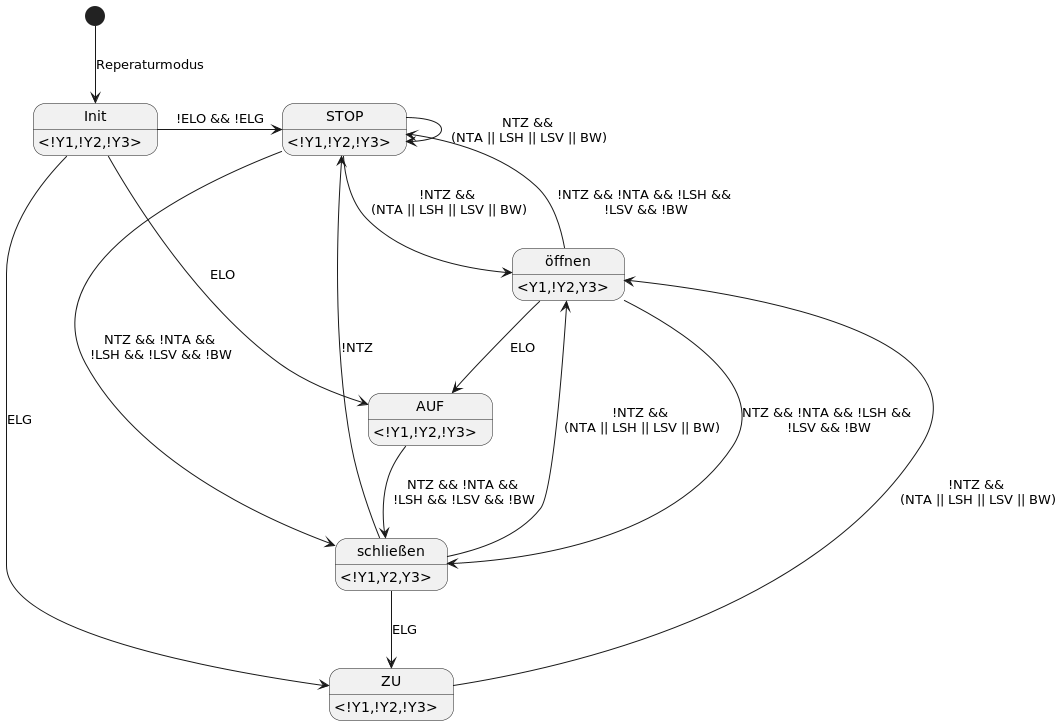
Before: Workspace_ART1-Tuersteuerung_2022.05/Tuersteuerung/UML/Automat_Reperatur.png, a diagram exported from PlantUML (duha887b/ART-1_Tuersteuerung).
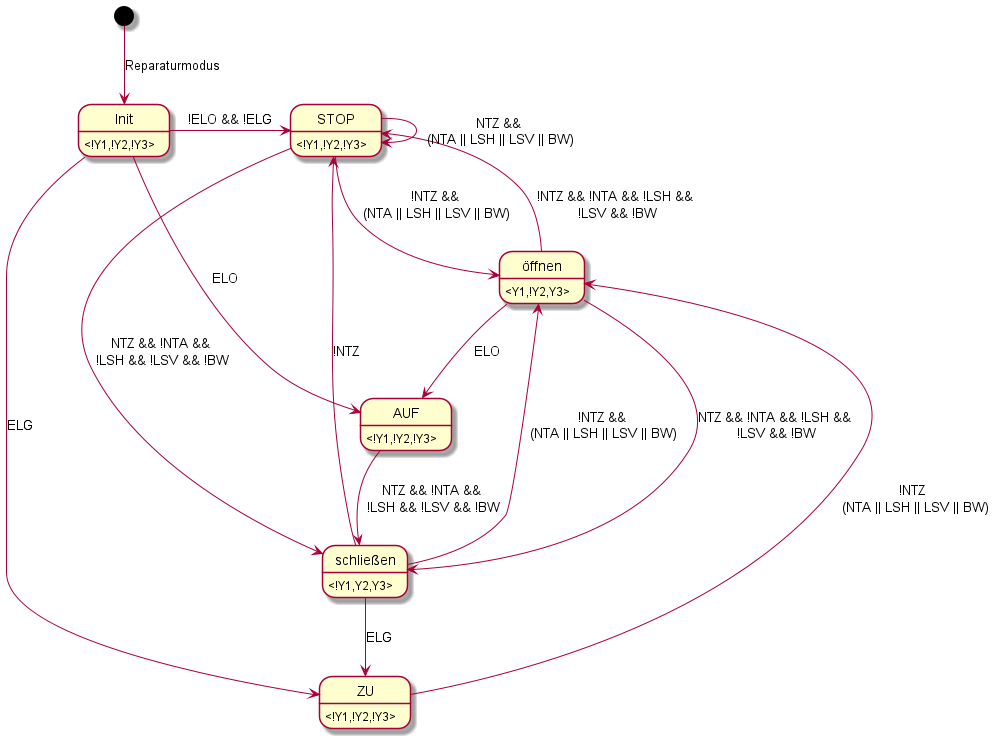
After the change.

Diff of the diagram source:
```diff
@@ -7,12 +7,12 @@
 STOP : <!Y1,!Y2,!Y3>
 Init : <!Y1,!Y2,!Y3>
 
-[*] --> Init : Reperaturmodus
+[*] --> Init : Reparaturmodus
 Init --> ZU : ELG
 Init --> AUF : ELO
 Init -right-> STOP : !ELO && !ELG
 
-ZU --> öffnen : !NTZ &&\n (NTA || LSH || LSV || BW)
+ZU --> öffnen : !NTZ \n (NTA || LSH || LSV || BW)
 
 öffnen --> STOP : !NTZ && !NTA && !LSH &&\n !LSV && !BW
 öffnen --> schließen : NTZ && !NTA && !LSH &&\n !LSV && !BW
```
